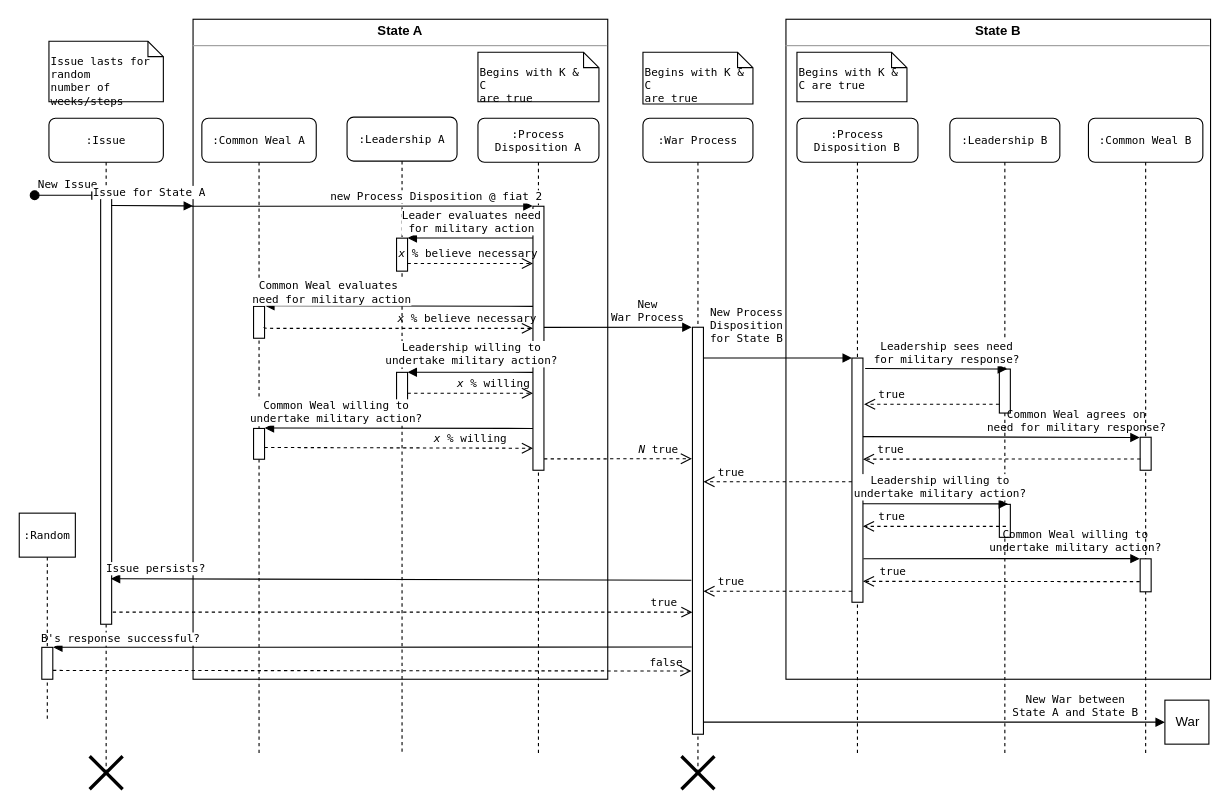
Earlier version of the draw.io diagram documentation/warProcessUML.drawio (usuallycwdillon/george). Source tidied: cells renumbered, new cells numbered last; positions are measured from the earlier drawing's top-left corner, leaving out a move shared by most shapes. Both pictures are drawn from the tidied source at 110%, with x=0, y=0 at pixel (-66, 19).
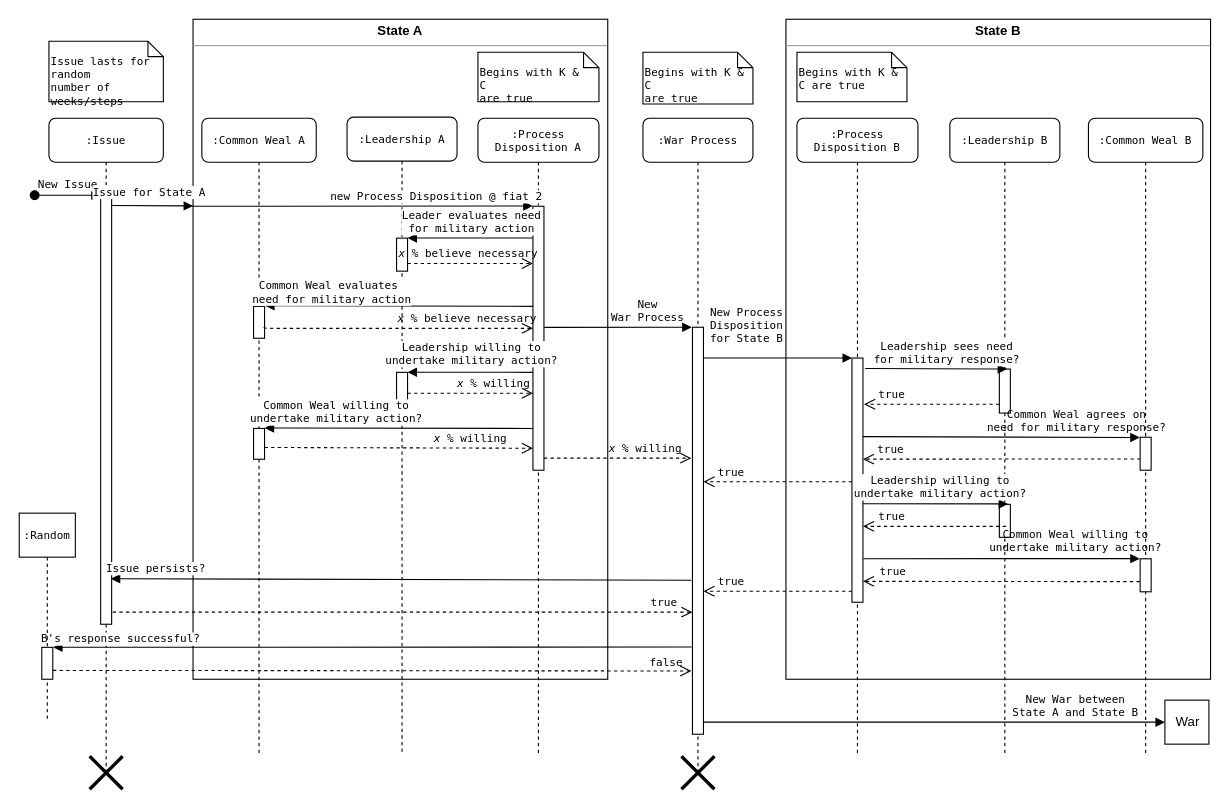
The same page after the edit.

What changed in the source:
```diff
@@
-    <mxCell id="48" value="&lt;i&gt;N &lt;/i&gt;true" style="html=1;verticalAlign=bottom;endArrow=open;dashed=1;endSize=8;labelBackgroundColor=none;fontFamily=Lucida Console;fontSize=10;edgeStyle=elbowEdgeStyle;elbow=vertical;exitX=1.053;exitY=1.003;exitDx=0;exitDy=0;exitPerimeter=0;" parent="1" edge="1">
-      <mxGeometry x="0.55" relative="1" as="geometry">
-        <mxPoint x="554.1" y="399.7" as="sourcePoint" />
-        <mxPoint x="688.5" y="399.5" as="targetPoint" />
-        <Array as="points">
-          <mxPoint x="618.5" y="399.5" />
-          <mxPoint x="618.5" y="400" />
-          <mxPoint x="737" y="451" />
-        </Array>
-      </mxGeometry>
-    </mxCell>
@@
+    <mxCell id="68" value="&lt;i&gt;x&lt;/i&gt; % willing" style="html=1;verticalAlign=bottom;endArrow=open;dashed=1;endSize=8;labelBackgroundColor=none;fontFamily=Lucida Console;fontSize=10;edgeStyle=elbowEdgeStyle;elbow=vertical;" parent="1" edge="1">
+      <mxGeometry x="0.37" relative="1" as="geometry">
+        <mxPoint x="554" y="399" as="sourcePoint" />
+        <mxPoint x="688" y="399" as="targetPoint" />
+        <Array as="points">
+          <mxPoint x="668" y="399" />
+          <mxPoint x="716.5" y="481" />
+        </Array>
+      </mxGeometry>
+    </mxCell>
```
